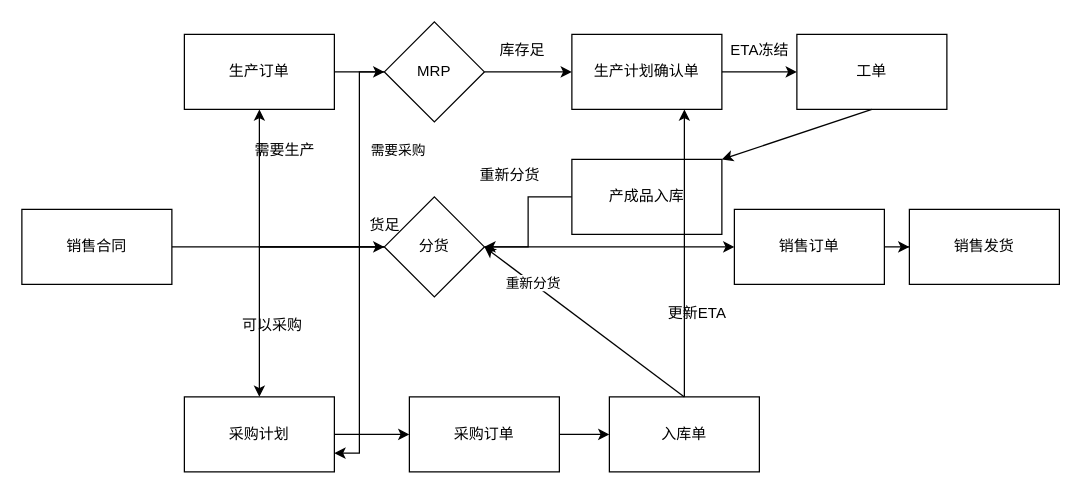
Above: page "第 2 页" (2 of 4) of 生产.drawio in zckyuwang/spring-cloud-master (draw.io), before the change. Source tidied: cells renumbered, new cells numbered last; positions are measured from the earlier drawing's top-left corner, leaving out a move shared by most shapes. Both pictures are drawn from the tidied source at 125%, with x=0, y=0 at pixel (21, 21).
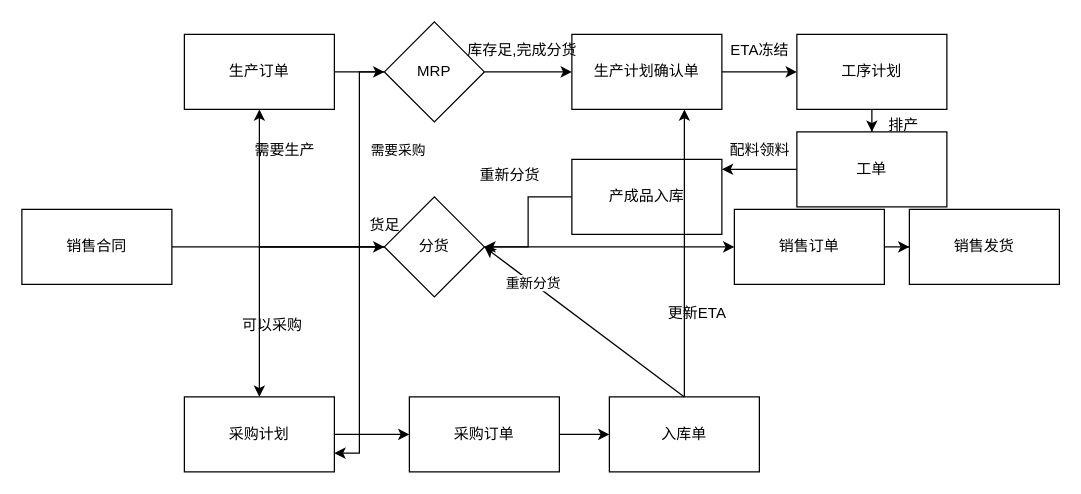
After the change.

Unchanged cells that the change refers to:
```xml
<mxCell id="9" value="产成品入库" style="rounded=0;whiteSpace=wrap;html=1;" parent="1" vertex="1">
  <mxGeometry x="440" y="110" width="120" height="60" as="geometry" />
</mxCell>
```

What changed in the source:
```diff
@@
-    <mxCell id="30" value="库存足" style="text;html=1;align=center;verticalAlign=middle;strokeColor=none;fillColor=none;" parent="1" vertex="1">
-      <mxGeometry x="370" y="8" width="60" height="30" as="geometry" />
+    <mxCell id="30" value="库存足,完成分货" style="text;html=1;align=center;verticalAlign=middle;strokeColor=none;fillColor=none;" parent="1" vertex="1">
+      <mxGeometry x="345" y="8" width="110" height="30" as="geometry" />
     </mxCell>
@@
+    <mxCell id="38" style="edgeStyle=orthogonalEdgeStyle;rounded=0;jettySize=auto;html=1;" parent="1" edge="1" source="34" target="40">
+      <mxGeometry relative="1" as="geometry" />
+    </mxCell>
-    <mxCell id="34" value="工单" style="rounded=0;whiteSpace=wrap;html=1;" parent="1" vertex="1">
+    <mxCell id="34" value="工序计划" style="rounded=0;whiteSpace=wrap;html=1;" parent="1" vertex="1">
       <mxGeometry x="620" y="10" width="120" height="60" as="geometry" />
     </mxCell>
-    <mxCell id="35" style="endArrow=classic;html=1;rounded=0;exitX=0.5;exitY=1;exitDx=0;exitDy=0;entryX=1;entryY=0;entryDx=0;entryDy=0;" parent="1" edge="1" source="34" target="9">
-      <mxGeometry relative="1" as="geometry" />
-    </mxCell>
@@
+    <mxCell id="39" style="edgeStyle=orthogonalEdgeStyle;rounded=0;jettySize=auto;html=1;entryX=1;entryY=0.133;entryDx=0;entryDy=0;entryPerimeter=0;" parent="1" edge="1" source="40" target="9">
+      <mxGeometry relative="1" as="geometry" />
+    </mxCell>
+    <mxCell id="40" value="工单" style="rounded=0;whiteSpace=wrap;html=1;" parent="1" vertex="1">
+      <mxGeometry x="620" y="88" width="120" height="60" as="geometry" />
+    </mxCell>
+    <mxCell id="41" value="配料领料" style="text;html=1;align=center;verticalAlign=middle;strokeColor=none;fillColor=none;" parent="1" vertex="1">
+      <mxGeometry x="555" y="88" width="70" height="30" as="geometry" />
+    </mxCell>
+    <mxCell id="42" value="排产" style="text;html=1;align=center;verticalAlign=middle;strokeColor=none;fillColor=none;" parent="1" vertex="1">
+      <mxGeometry x="680" y="68" width="50" height="30" as="geometry" />
+    </mxCell>
```
